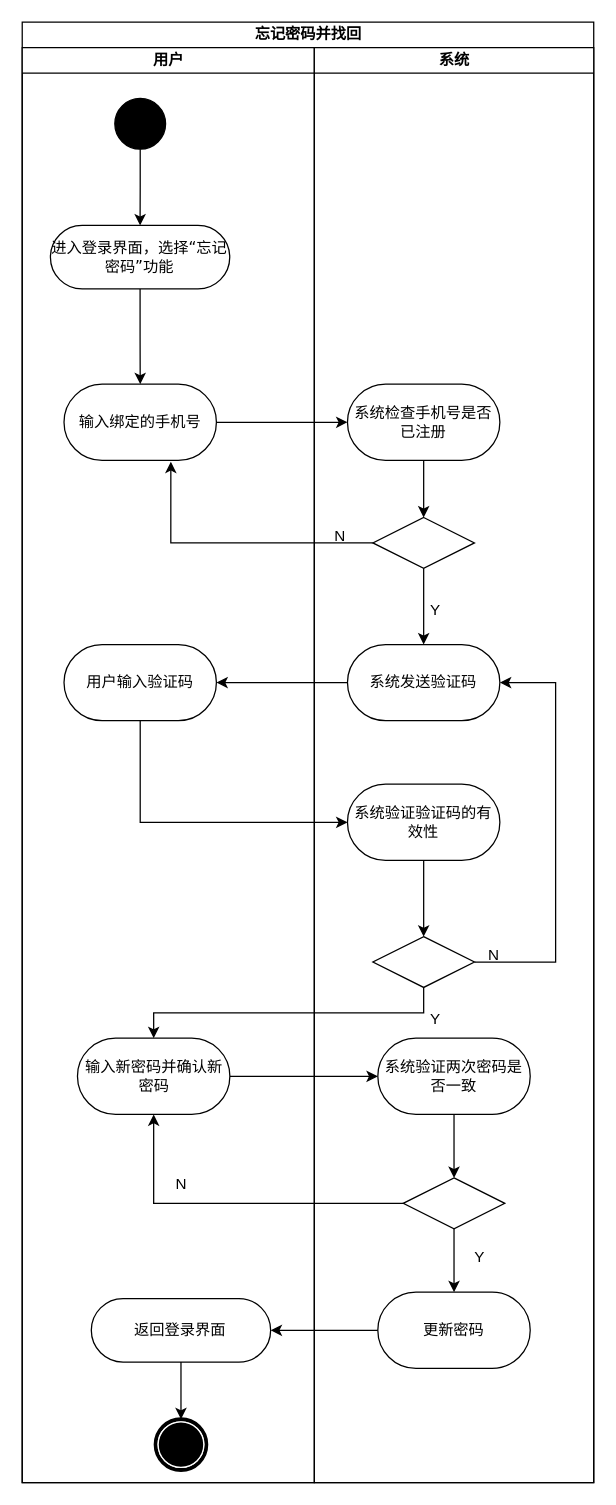
This is page "功能建模" (1 of 2) of 文档/需求分析规约文档/三种建模/04忘记密码并找回用例建模.drawio from w1ntercube/TJ-SE-Design, a draw.io file, before an edit. Source tidied: cells renumbered, new cells numbered last; positions are measured from the earlier drawing's top-left corner, leaving out a move shared by most shapes. Both pictures are drawn from the tidied source at 127%, with x=0, y=0 at pixel (22, 22).
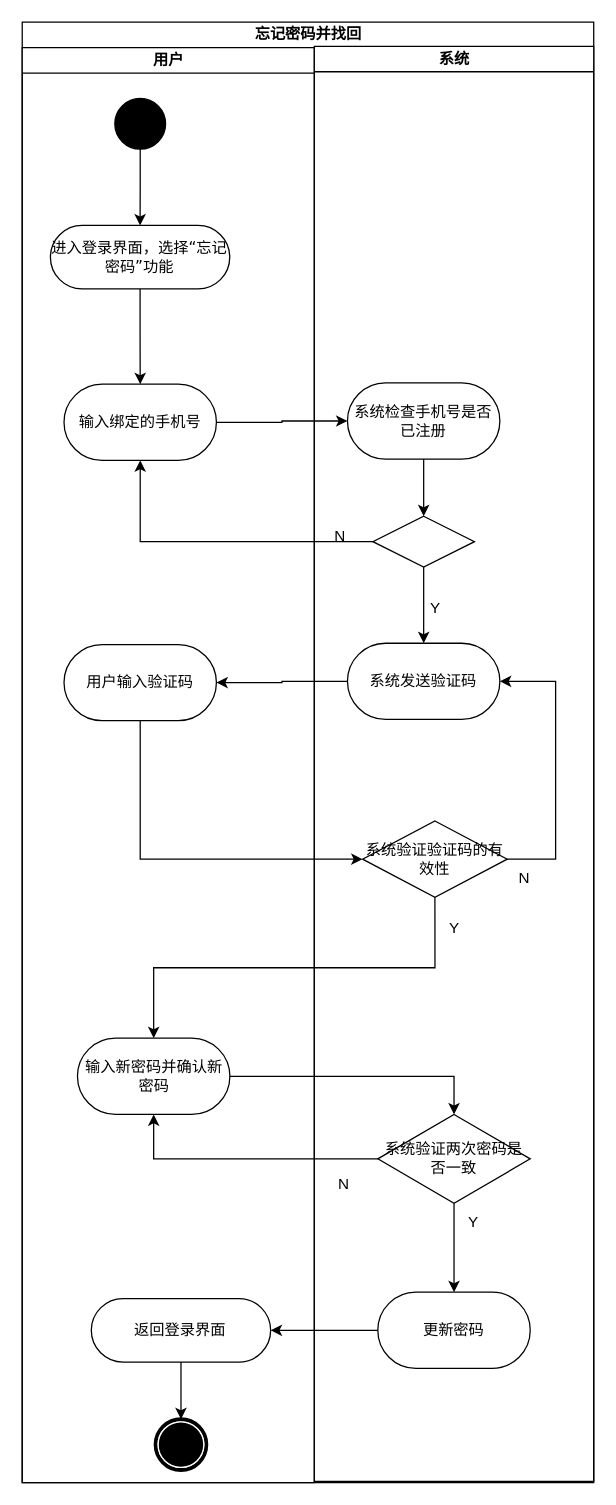
The same diagram, later.

Unchanged cells that the change refers to:
```xml
<mxCell id="3" value="用户" style="swimlane;html=1;startSize=20;" parent="2" vertex="1">
  <mxGeometry y="20" width="230" height="1130" as="geometry" />
</mxCell>
<mxCell id="8" value="输入绑定的手机号" style="whiteSpace=wrap;html=1;fontFamily=Verdana;rounded=1;shadow=0;comic=0;labelBackgroundColor=none;strokeWidth=1;arcSize=50;" parent="3" vertex="1">
  <mxGeometry x="32.9" y="265" width="120" height="60" as="geometry" />
</mxCell>
<mxCell id="12" value="系统检查手机号是否已注册" style="whiteSpace=wrap;html=1;fontFamily=Verdana;rounded=1;shadow=0;comic=0;labelBackgroundColor=none;strokeWidth=1;arcSize=50;" parent="10" vertex="1">
  <mxGeometry x="26.1" y="265" width="120" height="60" as="geometry" />
</mxCell>
<mxCell id="14" style="rhombus;whiteSpace=wrap;html=1;" parent="10" vertex="1">
  <mxGeometry x="46.1" y="370" width="80" height="40" as="geometry" />
</mxCell>
<mxCell id="15" value="系统发送验证码" style="whiteSpace=wrap;html=1;fontFamily=Verdana;rounded=1;shadow=0;comic=0;labelBackgroundColor=none;strokeWidth=1;arcSize=50;" parent="10" vertex="1">
  <mxGeometry x="26.1" y="470" width="120" height="60" as="geometry" />
</mxCell>
```

The edit, as a diff of the source:
```diff
@@
+    <mxCell id="31" value="用户输入验证码" style="whiteSpace=wrap;html=1;fontFamily=Verdana;rounded=1;shadow=0;comic=0;labelBackgroundColor=none;strokeWidth=1;arcSize=50;" parent="3" vertex="1">
+      <mxGeometry x="32.9" y="470" width="120" height="60" as="geometry" />
+    </mxCell>
+    <mxCell id="34" value="输入新密码并确认新密码" style="whiteSpace=wrap;html=1;fontFamily=Verdana;rounded=1;shadow=0;comic=0;labelBackgroundColor=none;strokeWidth=1;arcSize=50;" parent="3" vertex="1">
+      <mxGeometry x="43.5" y="780" width="120" height="60" as="geometry" />
+    </mxCell>
+    <mxCell id="38" style="edgeStyle=orthogonalEdgeStyle;rounded=0;jettySize=auto;html=1;exitX=0.5;exitY=1;exitDx=0;exitDy=0;" parent="3" edge="1" source="39" target="41">
+      <mxGeometry relative="1" as="geometry" />
+    </mxCell>
+    <mxCell id="39" value="返回登录界面" style="rounded=1;whiteSpace=wrap;html=1;shadow=0;comic=0;labelBackgroundColor=none;strokeWidth=1;fontFamily=Verdana;fontSize=12;align=center;arcSize=50;" parent="3" vertex="1">
+      <mxGeometry x="54.4" y="985" width="141.2" height="50" as="geometry" />
+    </mxCell>
+    <mxCell id="41" style="shape=mxgraph.bpmn.shape;html=1;verticalLabelPosition=bottom;labelBackgroundColor=#ffffff;verticalAlign=top;perimeter=ellipsePerimeter;outline=end;symbol=terminate;rounded=0;shadow=0;comic=0;strokeWidth=1;fontFamily=Verdana;fontSize=12;align=center;" parent="3" vertex="1">
+      <mxGeometry x="105" y="1080" width="40" height="40" as="geometry" />
+    </mxCell>
-    <mxCell id="10" value="系统" style="swimlane;html=1;startSize=20;" parent="3" vertex="1">
-      <mxGeometry x="230" width="220" height="1130" as="geometry" />
+    <mxCell id="10" value="系统" style="swimlane;html=1;startSize=20;" parent="1" vertex="1">
+      <mxGeometry x="230" y="19" width="220" height="1130" as="geometry" />
     </mxCell>
@@
     <mxCell id="16" style="edgeStyle=orthogonalEdgeStyle;rounded=0;jettySize=auto;html=1;exitX=1;exitY=0.5;exitDx=0;exitDy=0;entryX=1;entryY=0.5;entryDx=0;entryDy=0;" parent="10" edge="1" source="17" target="15">
       <mxGeometry relative="1" as="geometry">
         <Array as="points">
-          <mxPoint x="190" y="720" />
+          <mxPoint x="190" y="640" />
           <mxPoint x="190" y="500" />
         </Array>
       </mxGeometry>
     </mxCell>
-    <mxCell id="17" style="rhombus;whiteSpace=wrap;html=1;" parent="10" vertex="1">
-      <mxGeometry x="46.1" y="700" width="80" height="40" as="geometry" />
+    <mxCell id="17" value="&lt;span style=&quot;font-family: Verdana;&quot;&gt;系统验证验证码的有效性&lt;/span&gt;" style="rhombus;whiteSpace=wrap;html=1;" parent="10" vertex="1">
+      <mxGeometry x="38" y="610" width="113.9" height="60" as="geometry" />
     </mxCell>
@@
     <mxCell id="19" value="Y" style="text;html=1;align=center;verticalAlign=middle;strokeColor=none;fillColor=none;" parent="10" vertex="1">
-      <mxGeometry x="80" y="750" width="30" height="30" as="geometry" />
+      <mxGeometry x="95" y="680" width="30" height="30" as="geometry" />
     </mxCell>
-    <mxCell id="20" style="edgeStyle=orthogonalEdgeStyle;rounded=0;jettySize=auto;html=1;exitX=0.5;exitY=1;exitDx=0;exitDy=0;" parent="10" edge="1" source="21" target="17">
-      <mxGeometry relative="1" as="geometry" />
-    </mxCell>
-    <mxCell id="21" value="系统验证验证码的有效性" style="whiteSpace=wrap;html=1;fontFamily=Verdana;rounded=1;shadow=0;comic=0;labelBackgroundColor=none;strokeWidth=1;arcSize=50;" parent="10" vertex="1">
-      <mxGeometry x="26.1" y="580" width="120" height="60" as="geometry" />
-    </mxCell>
     <mxCell id="22" value="N" style="text;html=1;align=center;verticalAlign=middle;strokeColor=none;fillColor=none;" parent="10" vertex="1">
-      <mxGeometry x="126.1" y="700" width="30" height="30" as="geometry" />
+      <mxGeometry x="150" y="640" width="30" height="30" as="geometry" />
     </mxCell>
-    <mxCell id="23" style="edgeStyle=orthogonalEdgeStyle;rounded=0;jettySize=auto;html=1;exitX=0.5;exitY=1;exitDx=0;exitDy=0;entryX=0.5;entryY=0;entryDx=0;entryDy=0;" parent="10" edge="1" source="24" target="26">
-      <mxGeometry relative="1" as="geometry" />
-    </mxCell>
-    <mxCell id="24" value="系统验证两次密码是否一致" style="whiteSpace=wrap;html=1;fontFamily=Verdana;rounded=1;shadow=0;comic=0;labelBackgroundColor=none;strokeWidth=1;arcSize=50;" parent="10" vertex="1">
-      <mxGeometry x="50" y="780" width="120" height="60" as="geometry" />
-    </mxCell>
@@
-    <mxCell id="26" style="rhombus;whiteSpace=wrap;html=1;" parent="10" vertex="1">
-      <mxGeometry x="70" y="890" width="80" height="40" as="geometry" />
+    <mxCell id="26" value="&lt;span style=&quot;font-family: Verdana;&quot;&gt;系统验证两次密码是否一致&lt;/span&gt;" style="rhombus;whiteSpace=wrap;html=1;" parent="10" vertex="1">
+      <mxGeometry x="50" y="841" width="120" height="70" as="geometry" />
     </mxCell>
     <mxCell id="27" value="更新密码" style="whiteSpace=wrap;html=1;fontFamily=Verdana;rounded=1;shadow=0;comic=0;labelBackgroundColor=none;strokeWidth=1;arcSize=50;" parent="10" vertex="1">
-      <mxGeometry x="50" y="980" width="120" height="60" as="geometry" />
+      <mxGeometry x="50" y="981" width="120" height="60" as="geometry" />
     </mxCell>
+    <mxCell id="37" value="N" style="text;html=1;align=center;verticalAlign=middle;strokeColor=none;fillColor=none;" parent="10" vertex="1">
+      <mxGeometry x="8.1" y="881" width="30" height="30" as="geometry" />
+    </mxCell>
+    <mxCell id="42" value="Y" style="text;html=1;align=center;verticalAlign=middle;strokeColor=none;fillColor=none;" parent="10" vertex="1">
+      <mxGeometry x="110" y="911" width="30" height="30" as="geometry" />
+    </mxCell>
-    <mxCell id="28" style="edgeStyle=orthogonalEdgeStyle;rounded=0;jettySize=auto;html=1;" parent="3" edge="1" source="8" target="12">
+    <mxCell id="28" style="edgeStyle=orthogonalEdgeStyle;rounded=0;jettySize=auto;html=1;" parent="1" edge="1" source="8" target="12">
       <mxGeometry relative="1" as="geometry" />
     </mxCell>
-    <mxCell id="29" style="edgeStyle=orthogonalEdgeStyle;rounded=0;jettySize=auto;html=1;entryX=0.701;entryY=1.017;entryDx=0;entryDy=0;entryPerimeter=0;" parent="3" edge="1" source="14" target="8">
+    <mxCell id="29" style="edgeStyle=orthogonalEdgeStyle;rounded=0;jettySize=auto;html=1;entryX=0.5;entryY=1;entryDx=0;entryDy=0;" parent="1" edge="1" source="14" target="8">
       <mxGeometry relative="1" as="geometry" />
     </mxCell>
+    <mxCell id="32" style="edgeStyle=orthogonalEdgeStyle;rounded=0;jettySize=auto;html=1;" parent="1" edge="1" source="15" target="31">
+      <mxGeometry relative="1" as="geometry" />
+    </mxCell>
+    <mxCell id="35" style="edgeStyle=orthogonalEdgeStyle;rounded=0;jettySize=auto;html=1;exitX=0.5;exitY=1;exitDx=0;exitDy=0;" parent="1" edge="1" source="17" target="34">
+      <mxGeometry relative="1" as="geometry" />
+    </mxCell>
-    <mxCell id="30" style="edgeStyle=orthogonalEdgeStyle;rounded=0;jettySize=auto;html=1;exitX=0.5;exitY=1;exitDx=0;exitDy=0;entryX=0;entryY=0.5;entryDx=0;entryDy=0;" parent="3" edge="1" source="31" target="21">
+    <mxCell id="30" style="edgeStyle=orthogonalEdgeStyle;rounded=0;jettySize=auto;html=1;exitX=0.5;exitY=1;exitDx=0;exitDy=0;entryX=0;entryY=0.5;entryDx=0;entryDy=0;" parent="1" edge="1" source="31" target="17">
       <mxGeometry relative="1" as="geometry" />
     </mxCell>
-    <mxCell id="31" value="用户输入验证码" style="whiteSpace=wrap;html=1;fontFamily=Verdana;rounded=1;shadow=0;comic=0;labelBackgroundColor=none;strokeWidth=1;arcSize=50;" parent="3" vertex="1">
-      <mxGeometry x="32.9" y="470" width="120" height="60" as="geometry" />
-    </mxCell>
-    <mxCell id="32" style="edgeStyle=orthogonalEdgeStyle;rounded=0;jettySize=auto;html=1;" parent="3" edge="1" source="15" target="31">
-      <mxGeometry relative="1" as="geometry" />
-    </mxCell>
-    <mxCell id="33" style="edgeStyle=orthogonalEdgeStyle;rounded=0;jettySize=auto;html=1;" parent="3" edge="1" source="34" target="24">
+    <mxCell id="33" style="edgeStyle=orthogonalEdgeStyle;rounded=0;jettySize=auto;html=1;entryX=0.5;entryY=0;entryDx=0;entryDy=0;" parent="1" edge="1" source="34" target="26">
       <mxGeometry relative="1" as="geometry" />
     </mxCell>
-    <mxCell id="34" value="输入新密码并确认新密码" style="whiteSpace=wrap;html=1;fontFamily=Verdana;rounded=1;shadow=0;comic=0;labelBackgroundColor=none;strokeWidth=1;arcSize=50;" parent="3" vertex="1">
-      <mxGeometry x="43.5" y="780" width="120" height="60" as="geometry" />
-    </mxCell>
-    <mxCell id="35" style="edgeStyle=orthogonalEdgeStyle;rounded=0;jettySize=auto;html=1;exitX=0.5;exitY=1;exitDx=0;exitDy=0;" parent="3" edge="1" source="17" target="34">
-      <mxGeometry relative="1" as="geometry" />
-    </mxCell>
-    <mxCell id="36" style="edgeStyle=orthogonalEdgeStyle;rounded=0;jettySize=auto;html=1;exitX=0;exitY=0.5;exitDx=0;exitDy=0;entryX=0.5;entryY=1;entryDx=0;entryDy=0;" parent="3" edge="1" source="26" target="34">
+    <mxCell id="36" style="edgeStyle=orthogonalEdgeStyle;rounded=0;jettySize=auto;html=1;exitX=0;exitY=0.5;exitDx=0;exitDy=0;entryX=0.5;entryY=1;entryDx=0;entryDy=0;" parent="1" edge="1" source="26" target="34">
       <mxGeometry relative="1" as="geometry" />
     </mxCell>
-    <mxCell id="37" value="N" style="text;html=1;align=center;verticalAlign=middle;strokeColor=none;fillColor=none;" parent="3" vertex="1">
-      <mxGeometry x="110" y="880" width="30" height="30" as="geometry" />
-    </mxCell>
-    <mxCell id="38" style="edgeStyle=orthogonalEdgeStyle;rounded=0;jettySize=auto;html=1;exitX=0.5;exitY=1;exitDx=0;exitDy=0;" parent="3" edge="1" source="39" target="41">
-      <mxGeometry relative="1" as="geometry" />
-    </mxCell>
-    <mxCell id="39" value="返回登录界面" style="rounded=1;whiteSpace=wrap;html=1;shadow=0;comic=0;labelBackgroundColor=none;strokeWidth=1;fontFamily=Verdana;fontSize=12;align=center;arcSize=50;" parent="3" vertex="1">
-      <mxGeometry x="54.4" y="985" width="141.2" height="50" as="geometry" />
-    </mxCell>
-    <mxCell id="40" style="edgeStyle=orthogonalEdgeStyle;rounded=0;jettySize=auto;html=1;exitX=0;exitY=0.5;exitDx=0;exitDy=0;entryX=1;entryY=0.5;entryDx=0;entryDy=0;" parent="3" edge="1" source="27" target="39">
+    <mxCell id="40" style="edgeStyle=orthogonalEdgeStyle;rounded=0;jettySize=auto;html=1;exitX=0;exitY=0.5;exitDx=0;exitDy=0;entryX=1;entryY=0.5;entryDx=0;entryDy=0;" parent="1" edge="1" source="27" target="39">
       <mxGeometry relative="1" as="geometry" />
     </mxCell>
-    <mxCell id="41" style="shape=mxgraph.bpmn.shape;html=1;verticalLabelPosition=bottom;labelBackgroundColor=#ffffff;verticalAlign=top;perimeter=ellipsePerimeter;outline=end;symbol=terminate;rounded=0;shadow=0;comic=0;strokeWidth=1;fontFamily=Verdana;fontSize=12;align=center;" parent="3" vertex="1">
-      <mxGeometry x="105" y="1080" width="40" height="40" as="geometry" />
-    </mxCell>
-    <mxCell id="42" value="Y" style="text;html=1;align=center;verticalAlign=middle;strokeColor=none;fillColor=none;" parent="1" vertex="1">
-      <mxGeometry x="345" y="958" width="30" height="30" as="geometry" />
-    </mxCell>
```
